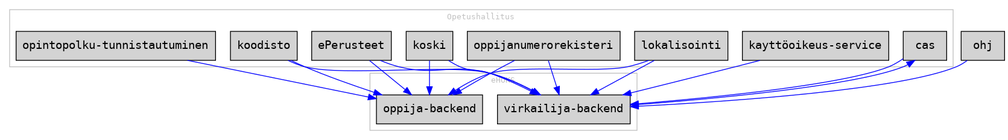
Above: doc/integrations.png in Opetushallitus/ehoks (Graphviz), before the change. Its source is kept beside it as doc/integrations.dot.
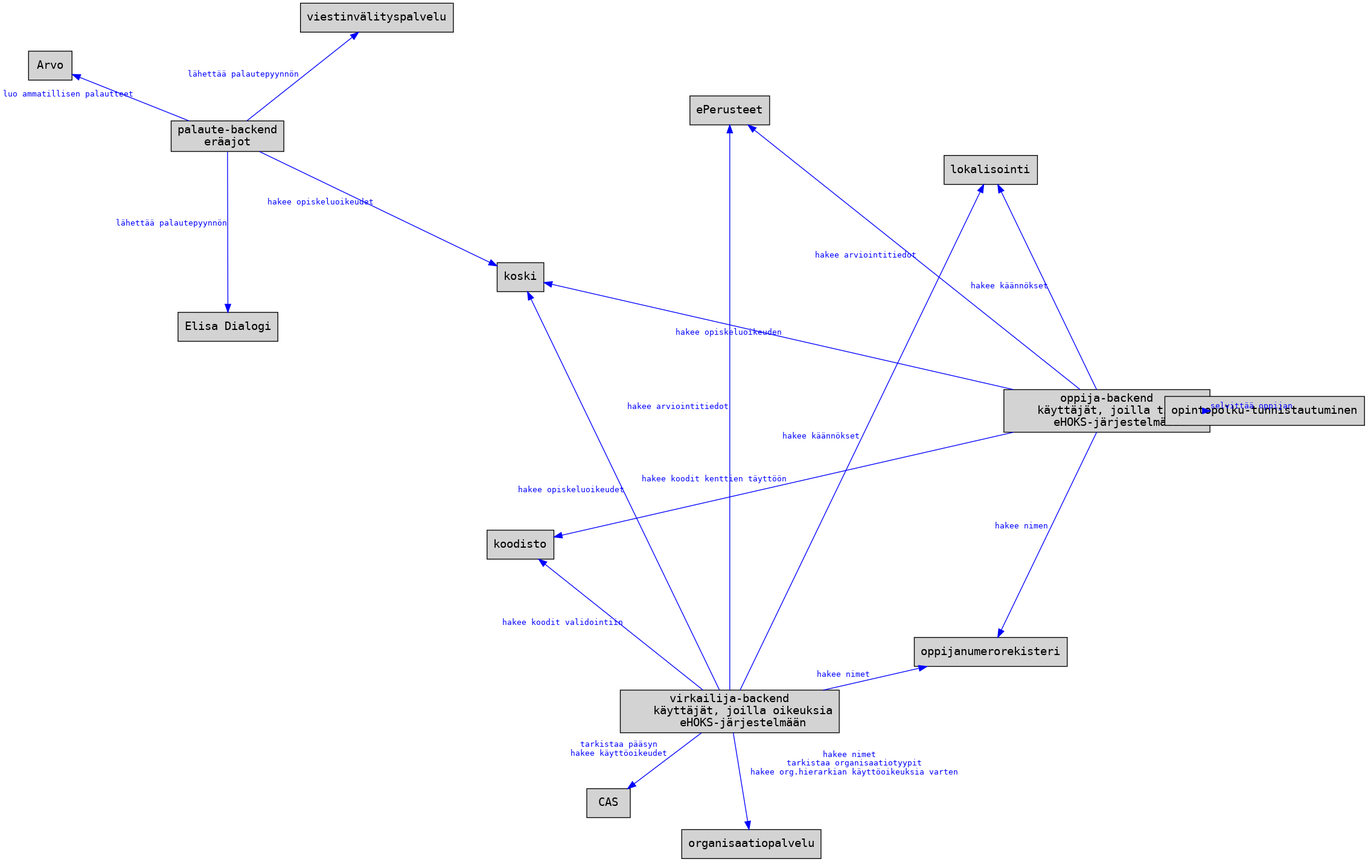
After the change.

Commit message:
EH-2040: explanations in integrations

- create integrations.png with circo (because of the many overlapping
  arrows)
- add information about organisaatiorekisteri integration
- add information about palaute-backend
- remove käyttöoikeus-service as it's not used anymore

What changed in the source:
```diff
@@ -1,40 +1,52 @@
 digraph{
-  graph [fontname = "monospace", fontsize="10", color="grey", fontcolor="grey"];
+  graph [fontname = "monospace", fontsize="10"];
   node [fontname = "monospace", shape="box", style="filled"];
   edge [fontname = "monospace", color="blue", fontcolor="blue",fontsize="10"];
 
   subgraph clusterEhoks {
     label="eHOKS"
-    "virkailija-backend"
-    "oppija-backend"
+    "virkailija-backend" [label="\N
+    käyttäjät, joilla oikeuksia
+    eHOKS-järjestelmään"]
+    "oppija-backend" [label="\N
+    käyttäjät, joilla tietoja
+    eHOKS-järjestelmässä"]
+    "palaute-backend" [label="\N\neräajot"]
   }
 
   subgraph clusterOpetushallitus {
-    label="Opetushallitus"
+    label="Opetushallituksen taustapalvelut"
     "koodisto"
-    "cas"
+    "CAS"
     "oppijanumerorekisteri"
+    "organisaatiopalvelu"
     "koski"
     "ePerusteet"
     "lokalisointi"
     "opintopolku-tunnistautuminen"
-    "kayttöoikeus-service"
+    "viestinvälityspalvelu"
   }
 
-  "ohj" -> "virkailija-backend"
-  "koodisto" -> "virkailija-backend"
-  "cas" -> "virkailija-backend"
-  "virkailija-backend" -> "cas"
-  "oppijanumerorekisteri" -> "virkailija-backend"
-  "kayttöoikeus-service" -> "virkailija-backend"
-  "koski" -> "virkailija-backend"
-  "ePerusteet" -> "virkailija-backend"
-  "lokalisointi" -> "virkailija-backend"
+  "virkailija-backend" -> "koodisto" [label="hakee koodit validointiin"]
+  "virkailija-backend" -> "CAS" [label="tarkistaa pääsyn\nhakee käyttöoikeudet"]
+  "virkailija-backend" -> "oppijanumerorekisteri" [label="hakee nimet"]
+  "virkailija-backend" -> "organisaatiopalvelu" [label="hakee nimet
+  tarkistaa organisaatiotyypit
+  hakee org.hierarkian käyttöoikeuksia varten"]
+  "virkailija-backend" -> "koski" [label="hakee opiskeluoikeudet"]
+  "virkailija-backend" -> "ePerusteet" [label="hakee arviointitiedot"]
+  "virkailija-backend" -> "lokalisointi" [label="hakee käännökset"]
 
-  "opintopolku-tunnistautuminen" -> "oppija-backend"
-  "koski" -> "oppija-backend"
-  "ePerusteet" -> "oppija-backend"
-  "lokalisointi" -> "oppija-backend"
-  "oppijanumerorekisteri" -> "oppija-backend"
-  "koodisto" -> "oppija-backend"
+  "oppija-backend" -> "koodisto" [label="hakee koodit kenttien täyttöön"]
+  "oppija-backend" -> "opintopolku-tunnistautuminen" [label="selvittää oppijan"]
+  "oppija-backend" -> "koski" [label="hakee opiskeluoikeuden"]
+  "oppija-backend" -> "ePerusteet" [label="hakee arviointitiedot"]
+  "oppija-backend" -> "lokalisointi" [label="hakee käännökset"]
+  "oppija-backend" -> "oppijanumerorekisteri" [label="hakee nimen"]
+
+  "palaute-backend" -> "koski" [label="hakee opiskeluoikeudet"]
+  "palaute-backend" -> "Arvo" [label="luo ammatillisen palautteet"]
+  "palaute-backend" -> "viestinvälityspalvelu" [label="lähettää palautepyynnön"]
+  "palaute-backend" -> "Elisa Dialogi" [label="lähettää palautepyynnön"]
+
 }
```
